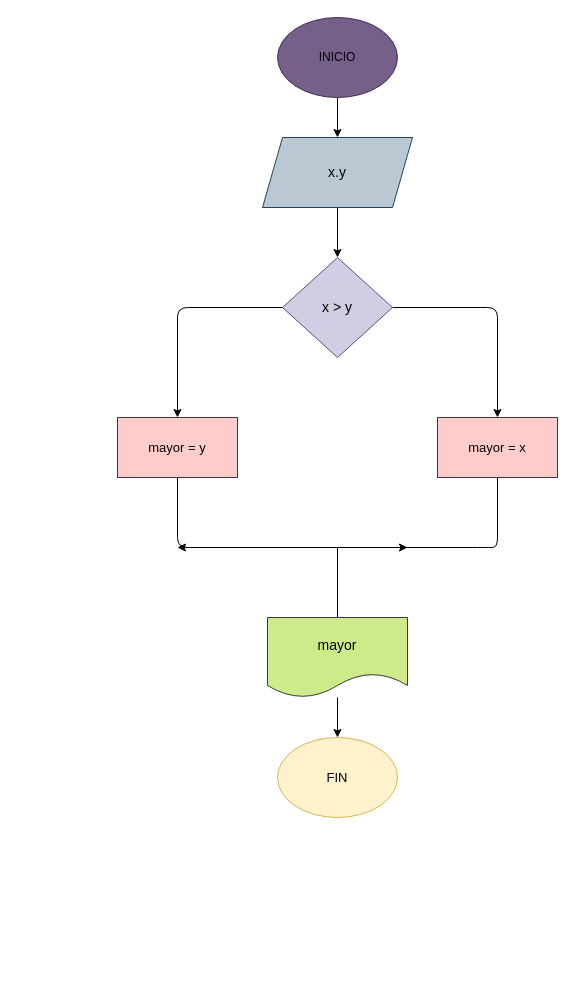
Earlier version of the draw.io diagram diagrama.drawio (lizethayalaa/mayor_2enteros). Source tidied: cells renumbered, new cells numbered last; positions are measured from the earlier drawing's top-left corner, leaving out a move shared by most shapes. Both pictures are drawn from the tidied source at 100%, with x=0, y=0 at pixel (117, 17).
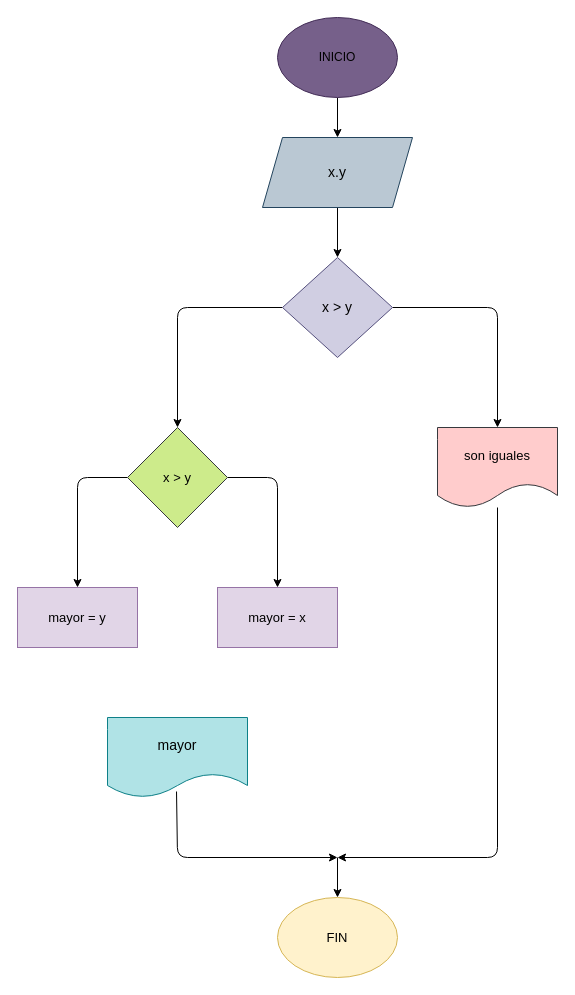
The same diagram, later.

Commit message (it also covers changes not shown here):
Se modifico el diagrama de flujo

The change refers to these unchanged cells:
```xml
<mxCell id="8" value="&lt;font style=&quot;font-size: 14px;&quot; color=&quot;#000000&quot;&gt;x &amp;gt; y&lt;/font&gt;" style="rhombus;whiteSpace=wrap;html=1;fillColor=#d0cee2;strokeColor=#56517e;" parent="1" vertex="1">
  <mxGeometry x="165" y="240" width="110" height="100" as="geometry" />
</mxCell>
```

Change to the diagram source:
```diff
@@
-    <mxCell id="6" style="edgeStyle=none;html=1;fontColor=#000000;" parent="1" edge="1" source="8">
+    <mxCell id="6" style="edgeStyle=none;html=1;fontColor=#000000;entryX=0.5;entryY=0;entryDx=0;entryDy=0;" parent="1" edge="1" source="8" target="20">
       <mxGeometry relative="1" as="geometry">
-        <mxPoint x="60" y="400" as="targetPoint" />
         <Array as="points">
           <mxPoint x="60" y="290" />
         </Array>
       </mxGeometry>
     </mxCell>
-    <mxCell id="7" style="edgeStyle=none;html=1;fontColor=#000000;exitX=1;exitY=0.5;exitDx=0;exitDy=0;" parent="1" edge="1" source="8">
+    <mxCell id="7" style="edgeStyle=none;html=1;fontColor=#000000;exitX=1;exitY=0.5;exitDx=0;exitDy=0;entryX=0.5;entryY=0;entryDx=0;entryDy=0;entryPerimeter=0;" parent="1" edge="1" source="8" target="22">
       <mxGeometry relative="1" as="geometry">
-        <mxPoint x="380" y="400" as="targetPoint" />
         <Array as="points">
           <mxPoint x="380" y="290" />
         </Array>
       </mxGeometry>
     </mxCell>
@@
-    <mxCell id="9" style="edgeStyle=none;html=1;fontColor=#000000;" parent="1" edge="1" source="10">
-      <mxGeometry relative="1" as="geometry">
-        <mxPoint x="290" y="530" as="targetPoint" />
-        <Array as="points">
-          <mxPoint x="60" y="530" />
-        </Array>
-      </mxGeometry>
-    </mxCell>
-    <mxCell id="10" value="&lt;font style=&quot;font-size: 13px;&quot; color=&quot;#000000&quot;&gt;mayor = y&lt;/font&gt;" style="rounded=0;whiteSpace=wrap;html=1;fillColor=#ffcccc;strokeColor=#36393d;" parent="1" vertex="1">
-      <mxGeometry y="400" width="120" height="60" as="geometry" />
-    </mxCell>
-    <mxCell id="11" style="edgeStyle=none;html=1;fontColor=#000000;" parent="1" edge="1" source="12">
-      <mxGeometry relative="1" as="geometry">
-        <mxPoint x="60" y="530" as="targetPoint" />
-        <Array as="points">
-          <mxPoint x="380" y="530" />
-          <mxPoint x="370" y="530" />
-          <mxPoint x="230" y="530" />
-        </Array>
-      </mxGeometry>
-    </mxCell>
-    <mxCell id="12" value="&lt;font style=&quot;font-size: 13px;&quot; color=&quot;#000000&quot;&gt;mayor = x&lt;/font&gt;" style="rounded=0;whiteSpace=wrap;html=1;fillColor=#ffcccc;strokeColor=#36393d;" parent="1" vertex="1">
-      <mxGeometry x="320" y="400" width="120" height="60" as="geometry" />
-    </mxCell>
-    <mxCell id="13" style="endArrow=none;html=1;fontColor=#000000;" parent="1" edge="1" target="15">
-      <mxGeometry relative="1" as="geometry">
-        <mxPoint x="220" y="530" as="sourcePoint" />
-      </mxGeometry>
-    </mxCell>
-    <mxCell id="14" style="edgeStyle=none;html=1;fontSize=14;fontColor=#000000;" parent="1" edge="1" source="15" target="16">
-      <mxGeometry relative="1" as="geometry" />
+    <mxCell id="14" style="edgeStyle=none;html=1;fontSize=14;fontColor=#000000;exitX=0.493;exitY=0.925;exitDx=0;exitDy=0;exitPerimeter=0;" parent="1" edge="1" source="15">
+      <mxGeometry relative="1" as="geometry">
+        <mxPoint x="220" y="840" as="targetPoint" />
+        <Array as="points">
+          <mxPoint x="60" y="840" />
+        </Array>
+      </mxGeometry>
     </mxCell>
-    <mxCell id="15" value="&lt;font style=&quot;font-size: 14px;&quot; color=&quot;#000000&quot;&gt;mayor&lt;/font&gt;" style="shape=document;whiteSpace=wrap;html=1;boundedLbl=1;fillColor=#cdeb8b;strokeColor=#36393d;" parent="1" vertex="1">
-      <mxGeometry x="150" y="600" width="140" height="80" as="geometry" />
+    <mxCell id="15" value="&lt;font style=&quot;font-size: 14px;&quot; color=&quot;#000000&quot;&gt;mayor&lt;/font&gt;" style="shape=document;whiteSpace=wrap;html=1;boundedLbl=1;fillColor=#b0e3e6;strokeColor=#0e8088;" parent="1" vertex="1">
+      <mxGeometry x="-10" y="700" width="140" height="80" as="geometry" />
     </mxCell>
+    <mxCell id="17" style="edgeStyle=none;html=1;fontSize=13;fontColor=#000000;entryX=0.5;entryY=0;entryDx=0;entryDy=0;" parent="1" edge="1" target="16">
+      <mxGeometry relative="1" as="geometry">
+        <mxPoint x="220" y="840" as="sourcePoint" />
+      </mxGeometry>
+    </mxCell>
     <mxCell id="16" value="&lt;font style=&quot;font-size: 13px;&quot; color=&quot;#000000&quot;&gt;FIN&lt;/font&gt;" style="ellipse;whiteSpace=wrap;html=1;fillColor=#fff2cc;strokeColor=#d6b656;" parent="1" vertex="1">
-      <mxGeometry x="160" y="720" width="120" height="80" as="geometry" />
+      <mxGeometry x="160" y="880" width="120" height="80" as="geometry" />
     </mxCell>
+    <mxCell id="18" style="edgeStyle=none;html=1;fontSize=13;fontColor=#000000;entryX=0.5;entryY=0;entryDx=0;entryDy=0;" parent="1" edge="1" source="20" target="10">
+      <mxGeometry relative="1" as="geometry">
+        <Array as="points">
+          <mxPoint x="-40" y="460" />
+        </Array>
+      </mxGeometry>
+    </mxCell>
+    <mxCell id="19" style="edgeStyle=none;html=1;fontSize=13;fontColor=#000000;entryX=0.5;entryY=0;entryDx=0;entryDy=0;entryPerimeter=0;" parent="1" edge="1" source="20" target="12">
+      <mxGeometry relative="1" as="geometry">
+        <Array as="points">
+          <mxPoint x="160" y="460" />
+        </Array>
+      </mxGeometry>
+    </mxCell>
+    <mxCell id="20" value="&lt;font style=&quot;font-size: 13px;&quot; color=&quot;#000000&quot;&gt;x &amp;gt; y&lt;/font&gt;" style="rhombus;whiteSpace=wrap;html=1;fillColor=#cdeb8b;strokeColor=#36393d;" parent="1" vertex="1">
+      <mxGeometry x="10" y="410" width="100" height="100" as="geometry" />
+    </mxCell>
+    <mxCell id="21" style="edgeStyle=none;html=1;fontSize=13;fontColor=#000000;" parent="1" edge="1" source="22">
+      <mxGeometry relative="1" as="geometry">
+        <mxPoint x="220" y="840" as="targetPoint" />
+        <Array as="points">
+          <mxPoint x="380" y="840" />
+        </Array>
+      </mxGeometry>
+    </mxCell>
+    <mxCell id="22" value="&lt;font color=&quot;#000000&quot;&gt;son iguales&lt;/font&gt;" style="shape=document;whiteSpace=wrap;html=1;boundedLbl=1;fontSize=13;fillColor=#ffcccc;strokeColor=#36393d;" parent="1" vertex="1">
+      <mxGeometry x="320" y="410" width="120" height="80" as="geometry" />
+    </mxCell>
+    <mxCell id="10" value="&lt;font color=&quot;#000000&quot;&gt;mayor = y&lt;/font&gt;" style="rounded=0;whiteSpace=wrap;html=1;fontSize=13;fillColor=#e1d5e7;strokeColor=#9673a6;" parent="1" vertex="1">
+      <mxGeometry x="-100" y="570" width="120" height="60" as="geometry" />
+    </mxCell>
+    <mxCell id="12" value="&lt;font color=&quot;#000000&quot;&gt;mayor = x&lt;/font&gt;" style="rounded=0;whiteSpace=wrap;html=1;fontSize=13;fillColor=#e1d5e7;strokeColor=#9673a6;" parent="1" vertex="1">
+      <mxGeometry x="100" y="570" width="120" height="60" as="geometry" />
+    </mxCell>
```
